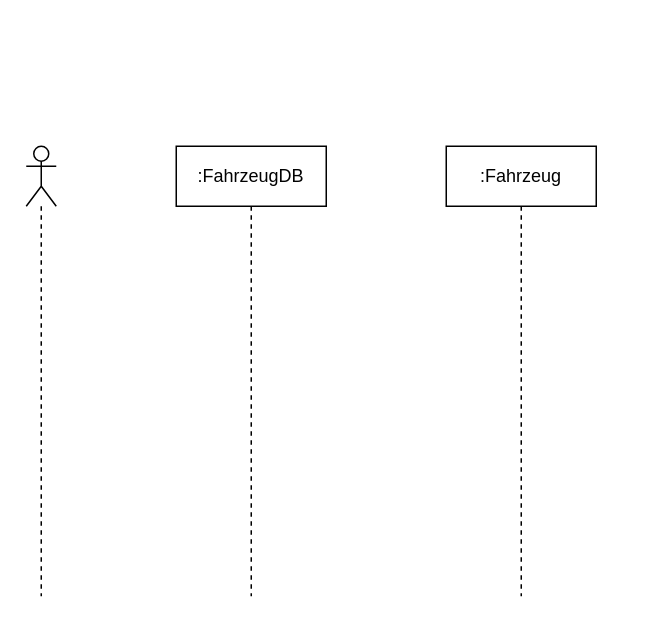
Earlier version of the draw.io diagram Jan/E1-Sequenzdiagramm.drawio (JanUwU42/SoftwareEngineeringProjektarbeit). Source tidied: cells renumbered, new cells numbered last; positions are measured from the earlier drawing's top-left corner, leaving out a move shared by most shapes. Both pictures are drawn from the tidied source at 150%, with x=0, y=0 at pixel (26, 146).
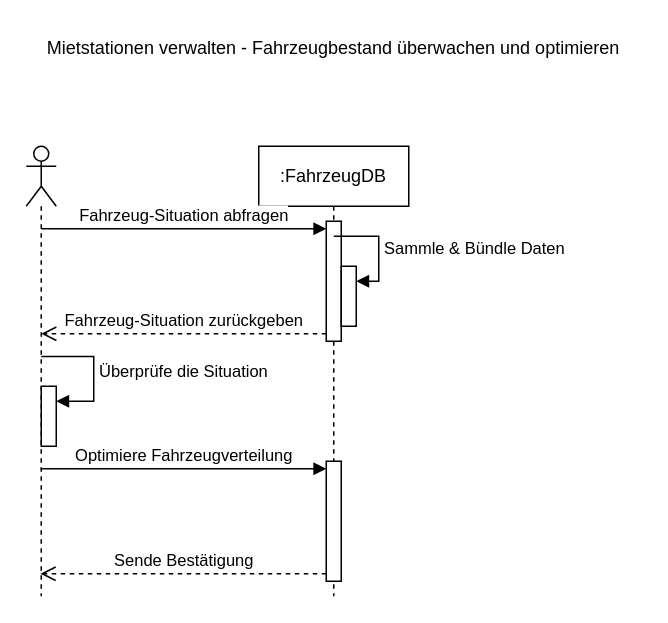
Above is the later version.

Diff of the diagram source:
```diff
@@
 <mxGraphModel>
   <root>
     <mxCell id="0" />
     <mxCell id="1" parent="0" />
     <mxCell id="2" style="shape=umlLifeline;perimeter=lifelinePerimeter;whiteSpace=wrap;html=1;outlineConnect=0;portConstraint=eastwest;newEdgeStyle={&quot;curved&quot;:0,&quot;rounded&quot;:0};participant=umlActor;" parent="1" vertex="1">
       <mxGeometry width="20" height="300" as="geometry" />
     </mxCell>
+    <mxCell id="5" style="html=1;points=[[0,0,0,0,5],[0,1,0,0,-5],[1,0,0,0,5],[1,1,0,0,-5]];perimeter=orthogonalPerimeter;outlineConnect=0;targetShapes=umlLifeline;portConstraint=eastwest;newEdgeStyle={&quot;curved&quot;:0,&quot;rounded&quot;:0};" parent="2" vertex="1">
+      <mxGeometry x="10" y="160" width="10" height="40" as="geometry" />
+    </mxCell>
+    <mxCell id="6" value="Überprüfe die Situation" style="html=1;align=left;spacingLeft=2;endArrow=block;rounded=0;edgeStyle=orthogonalEdgeStyle;curved=0;rounded=0;exitX=0.5;exitY=0.467;exitDx=0;exitDy=0;exitPerimeter=0;" parent="2" edge="1" source="2" target="5">
+      <mxGeometry relative="1" as="geometry">
+        <Array as="points">
+          <mxPoint x="45" y="140" />
+          <mxPoint x="45" y="170" />
+        </Array>
+      </mxGeometry>
+    </mxCell>
     <mxCell id="3" value=":FahrzeugDB" style="shape=umlLifeline;perimeter=lifelinePerimeter;whiteSpace=wrap;html=1;newEdgeStyle={&quot;curved&quot;:0,&quot;rounded&quot;:0};" parent="1" vertex="1">
-      <mxGeometry x="100" width="100" height="300" as="geometry" />
+      <mxGeometry x="155" width="100" height="300" as="geometry" />
     </mxCell>
-    <mxCell id="4" value=":Fahrzeug" style="shape=umlLifeline;perimeter=lifelinePerimeter;whiteSpace=wrap;html=1;newEdgeStyle={&quot;curved&quot;:0,&quot;rounded&quot;:0};" parent="1" vertex="1">
-      <mxGeometry x="280" width="100" height="300" as="geometry" />
-    </mxCell>
+    <mxCell id="7" style="html=1;points=[[0,0,0,0,5],[0,1,0,0,-5],[1,0,0,0,5],[1,1,0,0,-5]];perimeter=orthogonalPerimeter;outlineConnect=0;targetShapes=umlLifeline;portConstraint=eastwest;newEdgeStyle={&quot;curved&quot;:0,&quot;rounded&quot;:0};" parent="3" vertex="1">
+      <mxGeometry x="45" y="50" width="10" height="80" as="geometry" />
+    </mxCell>
+    <mxCell id="8" style="html=1;points=[[0,0,0,0,5],[0,1,0,0,-5],[1,0,0,0,5],[1,1,0,0,-5]];perimeter=orthogonalPerimeter;outlineConnect=0;targetShapes=umlLifeline;portConstraint=eastwest;newEdgeStyle={&quot;curved&quot;:0,&quot;rounded&quot;:0};" parent="3" vertex="1">
+      <mxGeometry x="45" y="210" width="10" height="80" as="geometry" />
+    </mxCell>
+    <mxCell id="9" style="html=1;points=[[0,0,0,0,5],[0,1,0,0,-5],[1,0,0,0,5],[1,1,0,0,-5]];perimeter=orthogonalPerimeter;outlineConnect=0;targetShapes=umlLifeline;portConstraint=eastwest;newEdgeStyle={&quot;curved&quot;:0,&quot;rounded&quot;:0};" parent="3" vertex="1">
+      <mxGeometry x="55" y="80" width="10" height="40" as="geometry" />
+    </mxCell>
+    <mxCell id="10" value="Sammle &amp;amp; Bündle Daten" style="html=1;align=left;spacingLeft=2;endArrow=block;rounded=0;edgeStyle=orthogonalEdgeStyle;curved=0;rounded=0;" parent="3" edge="1" target="9">
+      <mxGeometry relative="1" as="geometry">
+        <mxPoint x="50" y="60" as="sourcePoint" />
+        <Array as="points">
+          <mxPoint x="80" y="90" />
+        </Array>
+      </mxGeometry>
+    </mxCell>
+    <mxCell id="11" value="Mietstationen verwalten - Fahrzeugbestand überwachen und optimieren" style="text;html=1;align=center;verticalAlign=middle;whiteSpace=wrap;rounded=0;" parent="1" vertex="1">
+      <mxGeometry y="-80" width="410" height="30" as="geometry" />
+    </mxCell>
+    <mxCell id="12" value="Fahrzeug-Situation abfragen" style="html=1;verticalAlign=bottom;endArrow=block;curved=0;rounded=0;entryX=0;entryY=0;entryDx=0;entryDy=5;" parent="1" edge="1" target="7">
+      <mxGeometry relative="1" as="geometry">
+        <mxPoint x="10" y="55" as="sourcePoint" />
+      </mxGeometry>
+    </mxCell>
+    <mxCell id="13" value="Fahrzeug-Situation zurückgeben" style="html=1;verticalAlign=bottom;endArrow=open;dashed=1;endSize=8;curved=0;rounded=0;exitX=0;exitY=1;exitDx=0;exitDy=-5;" parent="1" edge="1" source="7">
+      <mxGeometry relative="1" as="geometry">
+        <mxPoint x="10" y="125" as="targetPoint" />
+      </mxGeometry>
+    </mxCell>
+    <mxCell id="14" value="Optimiere Fahrzeugverteilung" style="html=1;verticalAlign=bottom;endArrow=block;curved=0;rounded=0;entryX=0;entryY=0;entryDx=0;entryDy=5;" parent="1" edge="1" source="2" target="8">
+      <mxGeometry relative="1" as="geometry" />
+    </mxCell>
+    <mxCell id="15" value="Sende Bestätigung" style="html=1;verticalAlign=bottom;endArrow=open;dashed=1;endSize=8;curved=0;rounded=0;exitX=0;exitY=1;exitDx=0;exitDy=-5;" parent="1" edge="1" source="8" target="2">
+      <mxGeometry relative="1" as="geometry" />
+    </mxCell>
   </root>
 </mxGraphModel>
```
